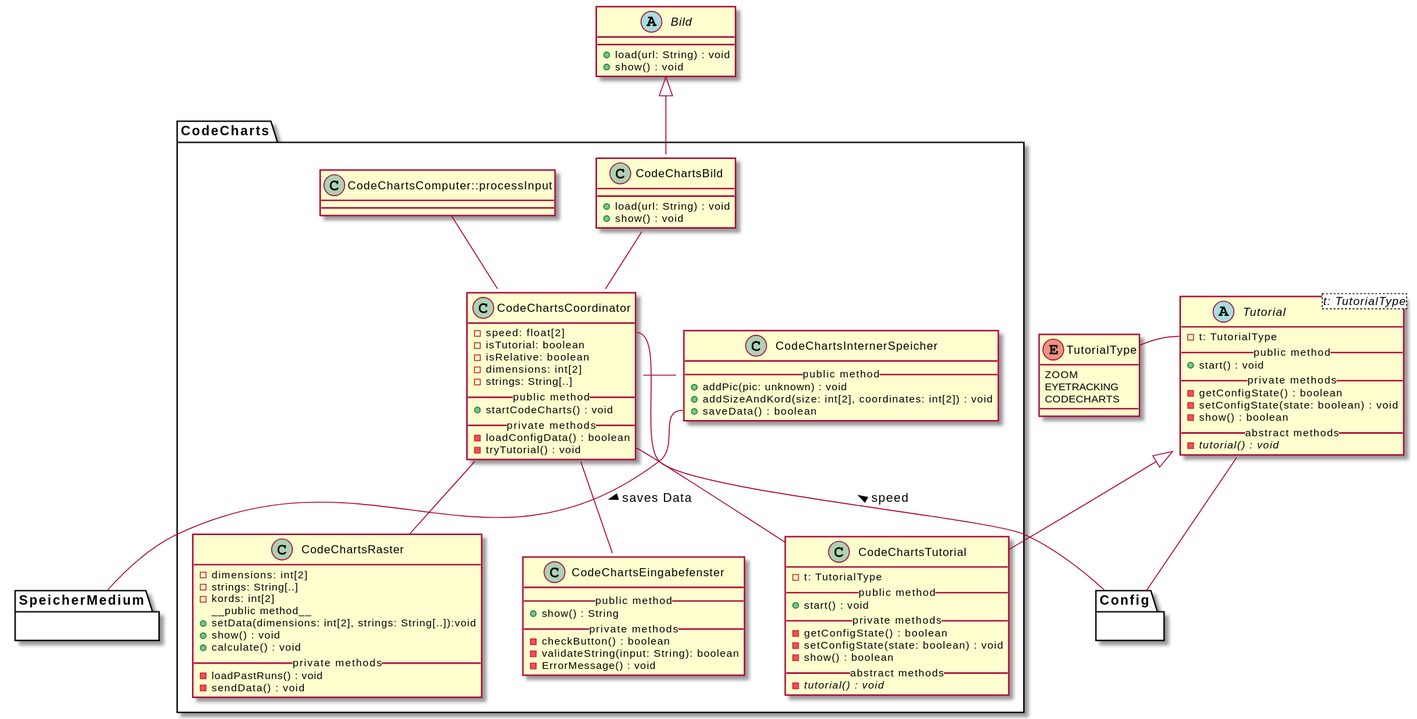
Earlier version of the PlantUML export meilenstein_03/uml-code_charts/uml-code_charts.svg (weichware10/meilensteine). Its diagram source:
```plantuml
@startuml
top to bottom direction

abstract Tutorial<t: TutorialType> {
  - t: TutorialType
  __public method__
  + start() : void
  __private methods__
  - getConfigState() : boolean
  - setConfigState(state: boolean) : void
  - show() : boolean
  __abstract methods__
  - {abstract} tutorial() : void
}

enum TutorialType {
  ZOOM
  EYETRACKING
  CODECHARTS
}

Tutorial::t -l- TutorialType
Tutorial -d- Config



abstract Bild {
  + load(url: String) : void
  + show() : void
}

package CodeCharts {

    class CodeChartsTutorial {
      - t: TutorialType
      __public method__
      + start() : void
      __private methods__
      - getConfigState() : boolean
      - setConfigState(state: boolean) : void
      - show() : boolean
      __abstract methods__
      - {abstract} tutorial() : void
    }

    class CodeChartsCoordinator {
        - speed: float[2]
        - isTutorial: boolean
        - isRelative: boolean
        - dimensions: int[2]
        - strings: String[..]
        __public method__
        + startCodeCharts() : void
        __private methods__
        - loadConfigData() : boolean
        - tryTutorial() : void
    }

    class CodeChartsInternerSpeicher {
        __public method__
        + addPic(pic: unknown) : void
        + addSizeAndKord(size: int[2], coordinates: int[2]) : void
        + saveData() : boolean
    }

    class CodeChartsBild {
        + load(url: String) : void
        + show() : void
    }

    class CodeChartsRaster {
        - dimensions: int[2]
        - strings: String[..]
        - kords: int[2]
        __public method__
        + setData(dimensions: int[2], strings: String[..]):void
        + show() : void
        + calculate() : void
        __private methods__
        - loadPastRuns() : void
        - sendData() : void
    }

    class CodeChartsEingabefenster {
        __public method__
        + show() : String
        __private methods__
        - checkButton() : boolean
        - validateString(input: String): boolean
        - ErrorMessage() : void
    }


    Bild <|-d- CodeChartsBild
    Tutorial <|-d- CodeChartsTutorial

    CodeChartsCoordinator -u- CodeChartsComputer::processInput
    CodeChartsCoordinator -u- CodeChartsBild::processInput
    CodeChartsCoordinator -- CodeChartsRaster
    CodeChartsCoordinator -d- CodeChartsEingabefenster::processInput
    CodeChartsInternerSpeicher::processInput -l- CodeChartsCoordinator
    CodeChartsCoordinator::tryTutorial -- CodeChartsTutorial

    CodeChartsInternerSpeicher::save -d- SpeicherMedium : > saves Data
    CodeChartsCoordinator::speed -d- Config : < speed

}

package Config {}

package SpeicherMedium {}
@enduml
```
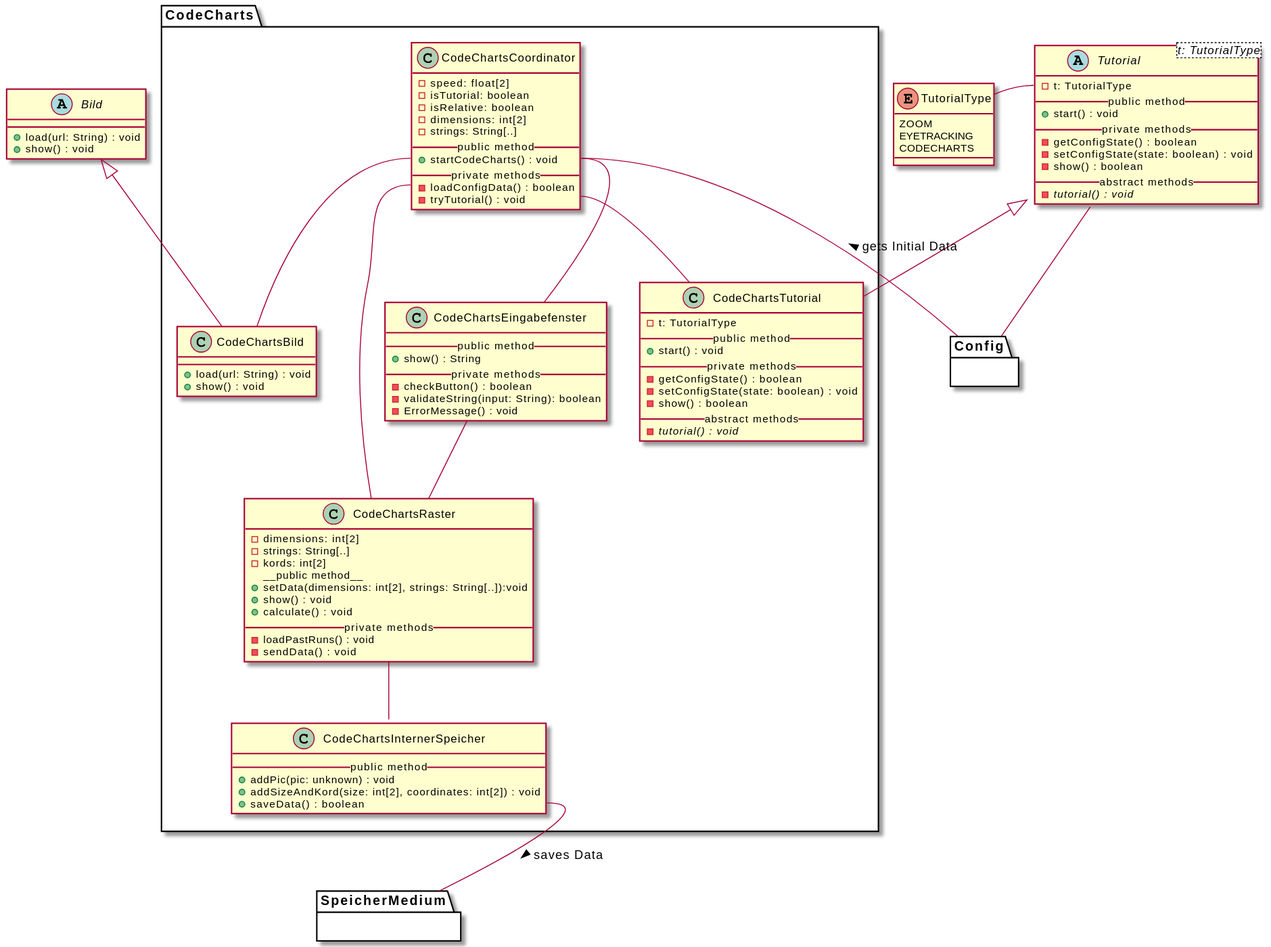
Above is the later version.

Commit message:
Render PlantUML SVGs

What changed in the source:
```diff
@@ -94,15 +94,17 @@
     Bild <|-d- CodeChartsBild
     Tutorial <|-d- CodeChartsTutorial
 
-    CodeChartsCoordinator -u- CodeChartsComputer::processInput
-    CodeChartsCoordinator -u- CodeChartsBild::processInput
-    CodeChartsCoordinator -- CodeChartsRaster
-    CodeChartsCoordinator -d- CodeChartsEingabefenster::processInput
-    CodeChartsInternerSpeicher::processInput -l- CodeChartsCoordinator
+    CodeChartsCoordinator::startCodeCharts -- CodeChartsBild
+    CodeChartsCoordinator::loadConfigData -- CodeChartsRaster
+    CodeChartsCoordinator::startCodeCharts -- CodeChartsEingabefenster
     CodeChartsCoordinator::tryTutorial -- CodeChartsTutorial
+    CodeChartsRaster -- CodeChartsInternerSpeicher
+    CodeChartsEingabefenster -- CodeChartsRaster
 
-    CodeChartsInternerSpeicher::save -d- SpeicherMedium : > saves Data
-    CodeChartsCoordinator::speed -d- Config : < speed
+
+
+    CodeChartsInternerSpeicher::saveData -- SpeicherMedium : > saves Data
+    CodeChartsCoordinator::startCodeCharts -- Config : < gets Initial Data
 
 }
 
```
